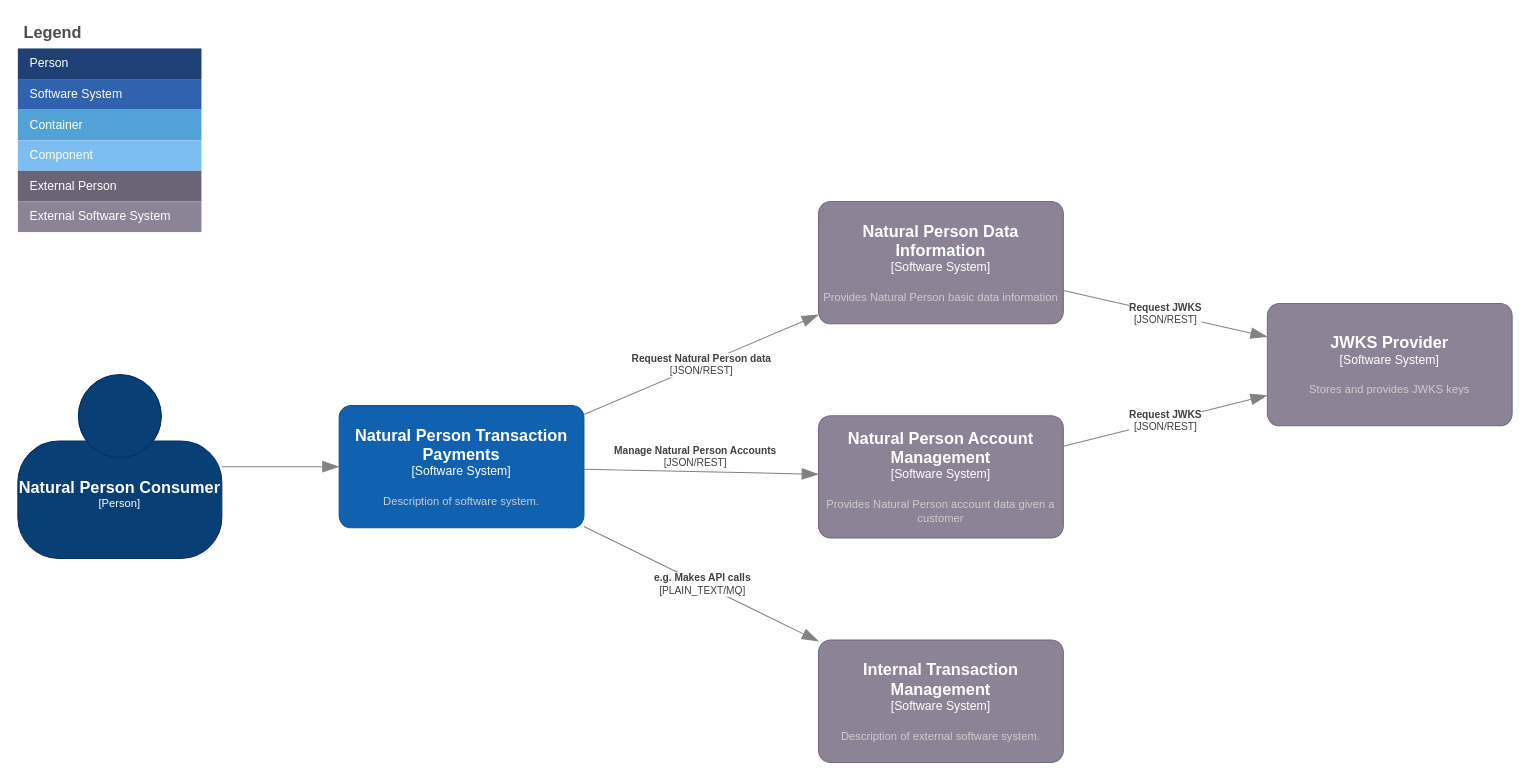
Earlier version of the draw.io diagram page "Context" (1 of 3) of scaffold-reusos.drawio (jmvalenciz/scaffold-reusos). Source tidied: cells renumbered, new cells numbered last; positions are measured from the earlier drawing's top-left corner, leaving out a move shared by most shapes. Both pictures are drawn from the tidied source at 102%, with x=0, y=0 at pixel (17, 17).
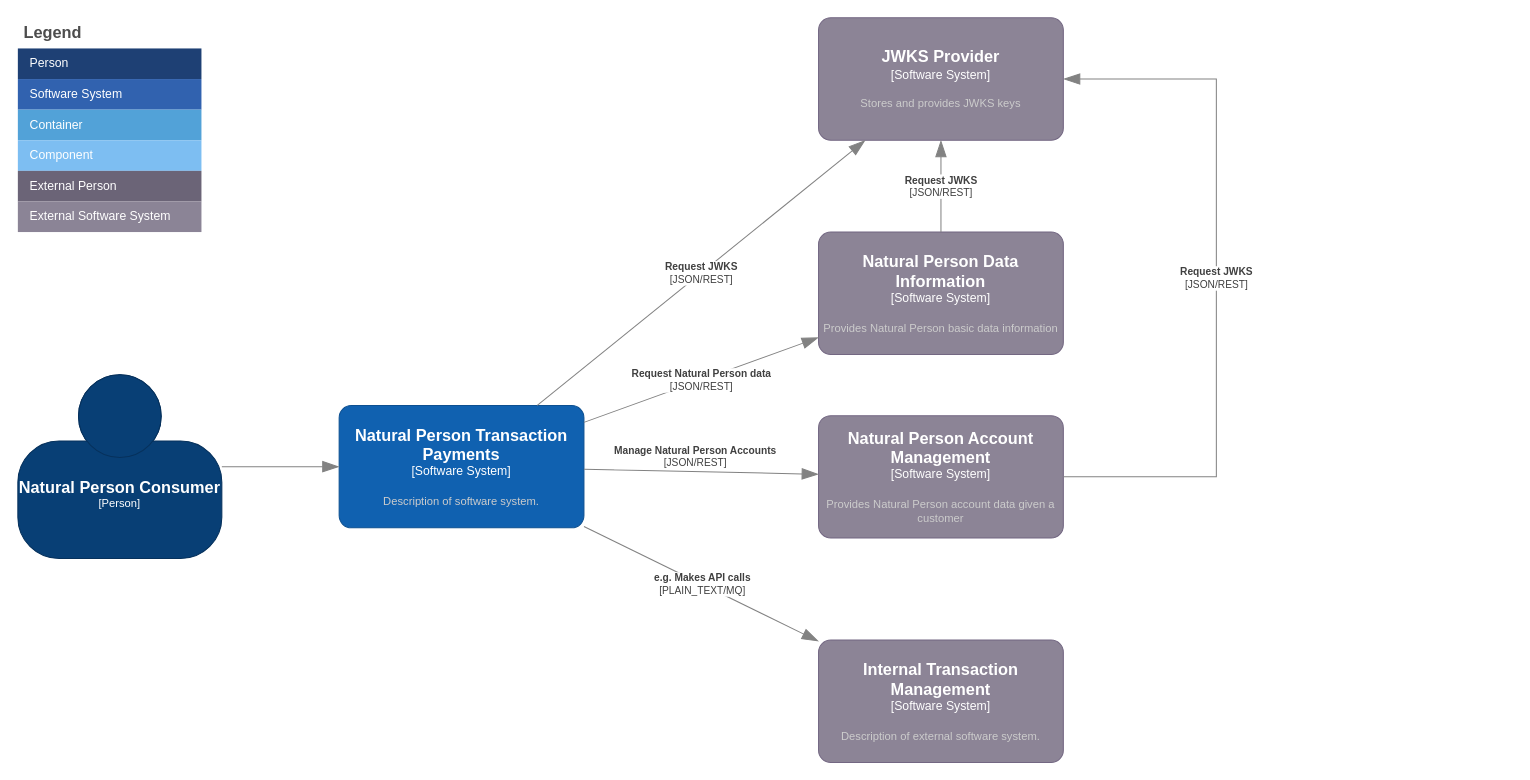
The same page after the edit.

The change refers to these unchanged cells:
```xml
<object id="3" label="&lt;font style=&quot;font-size: 16px&quot;&gt;&lt;b&gt;%c4Name%&lt;/b&gt;&lt;/font&gt;&lt;div&gt;[%c4Type%]&lt;/div&gt;&lt;br&gt;&lt;div&gt;&lt;font style=&quot;font-size: 11px&quot;&gt;&lt;font color=&quot;#cccccc&quot;&gt;%c4Description%&lt;/font&gt;&lt;/div&gt;" c4Description="Description of software system." c4Name="Natural Person Transaction Payments" c4Type="Software System" placeholders="1">
  <mxCell style="rounded=1;whiteSpace=wrap;html=1;labelBackgroundColor=none;fillColor=#1061B0;fontColor=#ffffff;align=center;arcSize=10;strokeColor=#0D5091;points=[[0.25,0,0],[0.5,0,0],[0.75,0,0],[1,0.25,0],[1,0.5,0],[1,0.75,0],[0.75,1,0],[0.5,1,0],[0.25,1,0],[0,0.75,0],[0,0.5,0],[0,0.25,0]];" parent="1" vertex="1">
    <mxGeometry x="315" y="380" width="240" height="120" as="geometry" />
  </mxCell>
</object>
<object id="18" label="&lt;font style=&quot;font-size: 16px&quot;&gt;&lt;b&gt;%c4Name%&lt;/b&gt;&lt;/font&gt;&lt;div&gt;[%c4Type%]&lt;/div&gt;&lt;br&gt;&lt;div&gt;&lt;font style=&quot;font-size: 11px&quot;&gt;&lt;font color=&quot;#cccccc&quot;&gt;%c4Description%&lt;/font&gt;&lt;/div&gt;" c4Description="Provides Natural Person account data given a customer" c4Name="Natural Person Account Management" c4Type="Software System" placeholders="1">
  <mxCell style="rounded=1;whiteSpace=wrap;html=1;labelBackgroundColor=none;fillColor=#8C8496;fontColor=#ffffff;align=center;arcSize=10;strokeColor=#736782;points=[[0.25,0,0],[0.5,0,0],[0.75,0,0],[1,0.25,0],[1,0.5,0],[1,0.75,0],[0.75,1,0],[0.5,1,0],[0.25,1,0],[0,0.75,0],[0,0.5,0],[0,0.25,0]];" parent="1" vertex="1">
    <mxGeometry x="785" y="390" width="240" height="120" as="geometry" />
  </mxCell>
</object>
```

Change to the diagram source:
```diff
@@
     <object id="17" label="&lt;font style=&quot;font-size: 16px&quot;&gt;&lt;b&gt;%c4Name%&lt;/b&gt;&lt;/font&gt;&lt;div&gt;[%c4Type%]&lt;/div&gt;&lt;br&gt;&lt;div&gt;&lt;font style=&quot;font-size: 11px&quot;&gt;&lt;font color=&quot;#cccccc&quot;&gt;%c4Description%&lt;/font&gt;&lt;/div&gt;" c4Description="Provides Natural Person basic data information" c4Name="Natural Person Data Information" c4Type="Software System" placeholders="1">
       <mxCell style="rounded=1;whiteSpace=wrap;html=1;labelBackgroundColor=none;fillColor=#8C8496;fontColor=#ffffff;align=center;arcSize=10;strokeColor=#736782;points=[[0.25,0,0],[0.5,0,0],[0.75,0,0],[1,0.25,0],[1,0.5,0],[1,0.75,0],[0.75,1,0],[0.5,1,0],[0.25,1,0],[0,0.75,0],[0,0.5,0],[0,0.25,0]];" parent="1" vertex="1">
-        <mxGeometry x="785" y="180" width="240" height="120" as="geometry" />
+        <mxGeometry x="785" y="210" width="240" height="120" as="geometry" />
       </mxCell>
     </object>
@@
     <object id="24" label="&lt;font style=&quot;font-size: 16px&quot;&gt;&lt;b&gt;%c4Name%&lt;/b&gt;&lt;/font&gt;&lt;div&gt;[%c4Type%]&lt;/div&gt;&lt;br&gt;&lt;div&gt;&lt;font style=&quot;font-size: 11px&quot;&gt;&lt;font color=&quot;#cccccc&quot;&gt;%c4Description%&lt;/font&gt;&lt;/div&gt;" c4Description="Stores and provides JWKS keys" c4Name="JWKS Provider" c4Type="Software System" placeholders="1">
       <mxCell style="rounded=1;whiteSpace=wrap;html=1;labelBackgroundColor=none;fillColor=#8C8496;fontColor=#ffffff;align=center;arcSize=10;strokeColor=#736782;points=[[0.25,0,0],[0.5,0,0],[0.75,0,0],[1,0.25,0],[1,0.5,0],[1,0.75,0],[0.75,1,0],[0.5,1,0],[0.25,1,0],[0,0.75,0],[0,0.5,0],[0,0.25,0]];" parent="1" vertex="1">
-        <mxGeometry x="1225" y="280" width="240" height="120" as="geometry" />
+        <mxGeometry x="785" width="240" height="120" as="geometry" />
       </mxCell>
     </object>
@@
     <object id="26" label="&lt;div style=&quot;text-align: left&quot;&gt;&lt;div style=&quot;text-align: center&quot;&gt;&lt;b&gt;%c4Description%&lt;/b&gt;&lt;/div&gt;&lt;div style=&quot;text-align: center&quot;&gt;[%c4Technology%]&lt;/div&gt;&lt;/div&gt;" c4Description="Request JWKS" c4Technology="JSON/REST" placeholders="1">
-      <mxCell style="endArrow=blockThin;html=1;fontSize=10;fontColor=#404040;strokeWidth=1;endFill=1;strokeColor=#828282;elbow=vertical;endSize=14;startSize=14;jumpStyle=arc;jumpSize=16;rounded=0;" parent="1" edge="1" source="18" target="24">
-        <mxGeometry relative="1" as="geometry" />
+      <mxCell style="endArrow=blockThin;html=1;fontSize=10;fontColor=#404040;strokeWidth=1;endFill=1;strokeColor=#828282;elbow=vertical;endSize=14;startSize=14;jumpStyle=arc;jumpSize=16;rounded=0;edgeStyle=orthogonalEdgeStyle;" parent="1" edge="1" source="18" target="24">
+        <mxGeometry relative="1" as="geometry">
+          <Array as="points">
+            <mxPoint x="1175" y="450" />
+            <mxPoint x="1175" y="60" />
+          </Array>
+        </mxGeometry>
       </mxCell>
     </object>
+    <object id="27" label="&lt;div style=&quot;text-align: left&quot;&gt;&lt;div style=&quot;text-align: center&quot;&gt;&lt;b&gt;%c4Description%&lt;/b&gt;&lt;/div&gt;&lt;div style=&quot;text-align: center&quot;&gt;[%c4Technology%]&lt;/div&gt;&lt;/div&gt;" c4Description="Request JWKS" c4Technology="JSON/REST" placeholders="1">
+      <mxCell style="endArrow=blockThin;html=1;fontSize=10;fontColor=#404040;strokeWidth=1;endFill=1;strokeColor=#828282;elbow=vertical;endSize=14;startSize=14;jumpStyle=arc;jumpSize=16;rounded=0;" parent="1" edge="1" source="3" target="24">
+        <mxGeometry relative="1" as="geometry" />
+      </mxCell>
+    </object>
```
